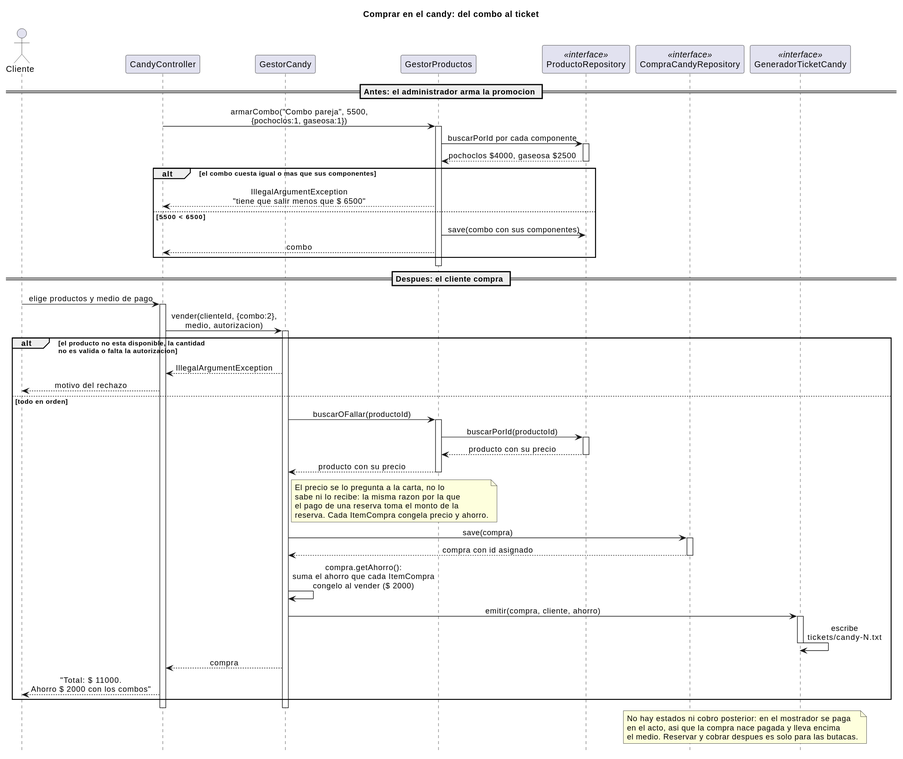
The PlantUML diagram _other/docs/diagramas/secuencia-candy.svg in andreiveisuade/cine-uade, before a commit.
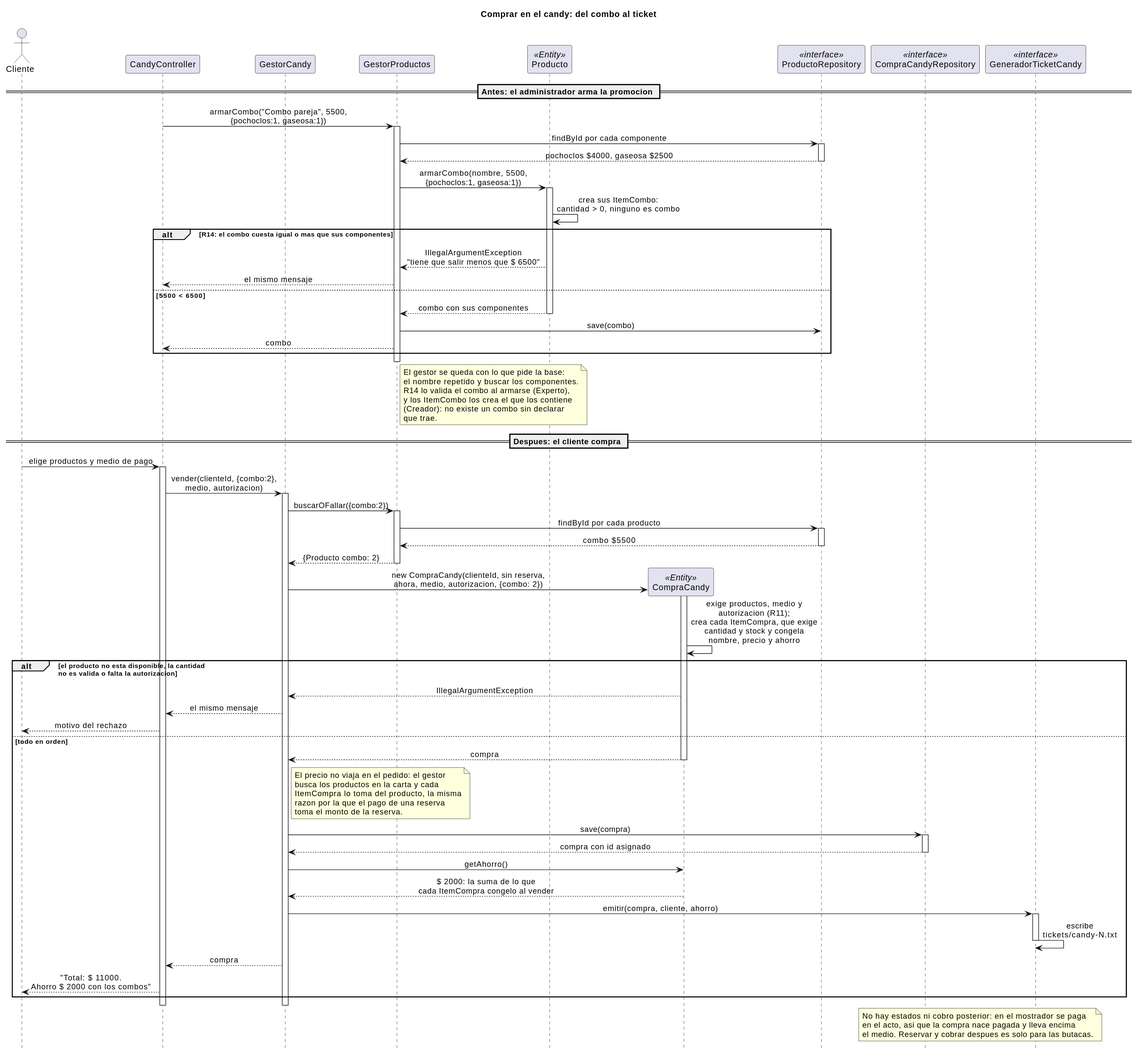
Above is the later version.

The edit, as a diff of the source:
```diff
@@ -8,6 +8,8 @@
 participant "CandyController" as UI
 participant "GestorCandy" as Gestor
 participant "GestorProductos" as Carta
+participant "Producto" as Producto <<Entity>>
+participant "CompraCandy" as Compra <<Entity>>
 participant "ProductoRepository" as Productos <<interface>>
 participant "CompraCandyRepository" as Repo <<interface>>
 participant "GeneradorTicketCandy" as Ticket <<interface>>
@@ -16,18 +18,34 @@
 
 UI -> Carta : armarCombo("Combo pareja", 5500,\n{pochoclos:1, gaseosa:1})
 activate Carta
-Carta -> Productos : buscarPorId por cada componente
+Carta -> Productos : findById por cada componente
 activate Productos
 Productos --> Carta : pochoclos $4000, gaseosa $2500
 deactivate Productos
 
-alt el combo cuesta igual o mas que sus componentes
-  Carta --> UI : IllegalArgumentException\n"tiene que salir menos que $ 6500"
+Carta -> Producto : armarCombo(nombre, 5500,\n{pochoclos:1, gaseosa:1})
+activate Producto
+Producto -> Producto : crea sus ItemCombo:\ncantidad > 0, ninguno es combo
+
+alt R14: el combo cuesta igual o mas que sus componentes
+  Producto --> Carta : IllegalArgumentException\n"tiene que salir menos que $ 6500"
+  Carta --> UI : el mismo mensaje
 else 5500 < 6500
-  Carta -> Productos : save(combo con sus componentes)
+  Producto --> Carta : combo con sus componentes
+  deactivate Producto
+  Carta -> Productos : save(combo)
   Carta --> UI : combo
 end
 deactivate Carta
+
+note right of Carta
+  El gestor se queda con lo que pide la base:
+  el nombre repetido y buscar los componentes.
+  R14 lo valida el combo al armarse (Experto),
+  y los ItemCombo los crea el que los contiene
+  (Creador): no existe un combo sin declarar
+  que trae.
+end note
 
 == Despues: el cliente compra ==
 
@@ -36,24 +54,34 @@
 UI -> Gestor : vender(clienteId, {combo:2},\nmedio, autorizacion)
 activate Gestor
 
+Gestor -> Carta : buscarOFallar({combo:2})
+activate Carta
+Carta -> Productos : findById por cada producto
+activate Productos
+Productos --> Carta : combo $5500
+deactivate Productos
+Carta --> Gestor : {Producto combo: 2}
+deactivate Carta
+
+create Compra
+Gestor -> Compra : new CompraCandy(clienteId, sin reserva,\nahora, medio, autorizacion, {combo: 2})
+activate Compra
+Compra -> Compra : exige productos, medio y\nautorizacion (R11);\ncrea cada ItemCompra, que exige\ncantidad y stock y congela\nnombre, precio y ahorro
+
 alt el producto no esta disponible, la cantidad\nno es valida o falta la autorizacion
-  Gestor --> UI : IllegalArgumentException
+  Compra --> Gestor : IllegalArgumentException
+  Gestor --> UI : el mismo mensaje
   UI --> Cliente : motivo del rechazo
 else todo en orden
-  Gestor -> Carta : buscarOFallar(productoId)
-  activate Carta
-  Carta -> Productos : buscarPorId(productoId)
-  activate Productos
-  Productos --> Carta : producto con su precio
-  deactivate Productos
-  Carta --> Gestor : producto con su precio
-  deactivate Carta
+  Compra --> Gestor : compra
+  deactivate Compra
 
   note right of Gestor
-    El precio se lo pregunta a la carta, no lo
-    sabe ni lo recibe: la misma razon por la que
-    el pago de una reserva toma el monto de la
-    reserva. Cada ItemCompra congela precio y ahorro.
+    El precio no viaja en el pedido: el gestor
+    busca los productos en la carta y cada
+    ItemCompra lo toma del producto, la misma
+    razon por la que el pago de una reserva
+    toma el monto de la reserva.
   end note
 
   Gestor -> Repo : save(compra)
@@ -61,7 +89,8 @@
   Repo --> Gestor : compra con id asignado
   deactivate Repo
 
-  Gestor -> Gestor : compra.getAhorro():\nsuma el ahorro que cada ItemCompra\ncongelo al vender ($ 2000)
+  Gestor -> Compra : getAhorro()
+  Compra --> Gestor : $ 2000: la suma de lo que\ncada ItemCompra congelo al vender
   Gestor -> Ticket : emitir(compra, cliente, ahorro)
   activate Ticket
   Ticket -> Ticket : escribe\ntickets/candy-N.txt
```
